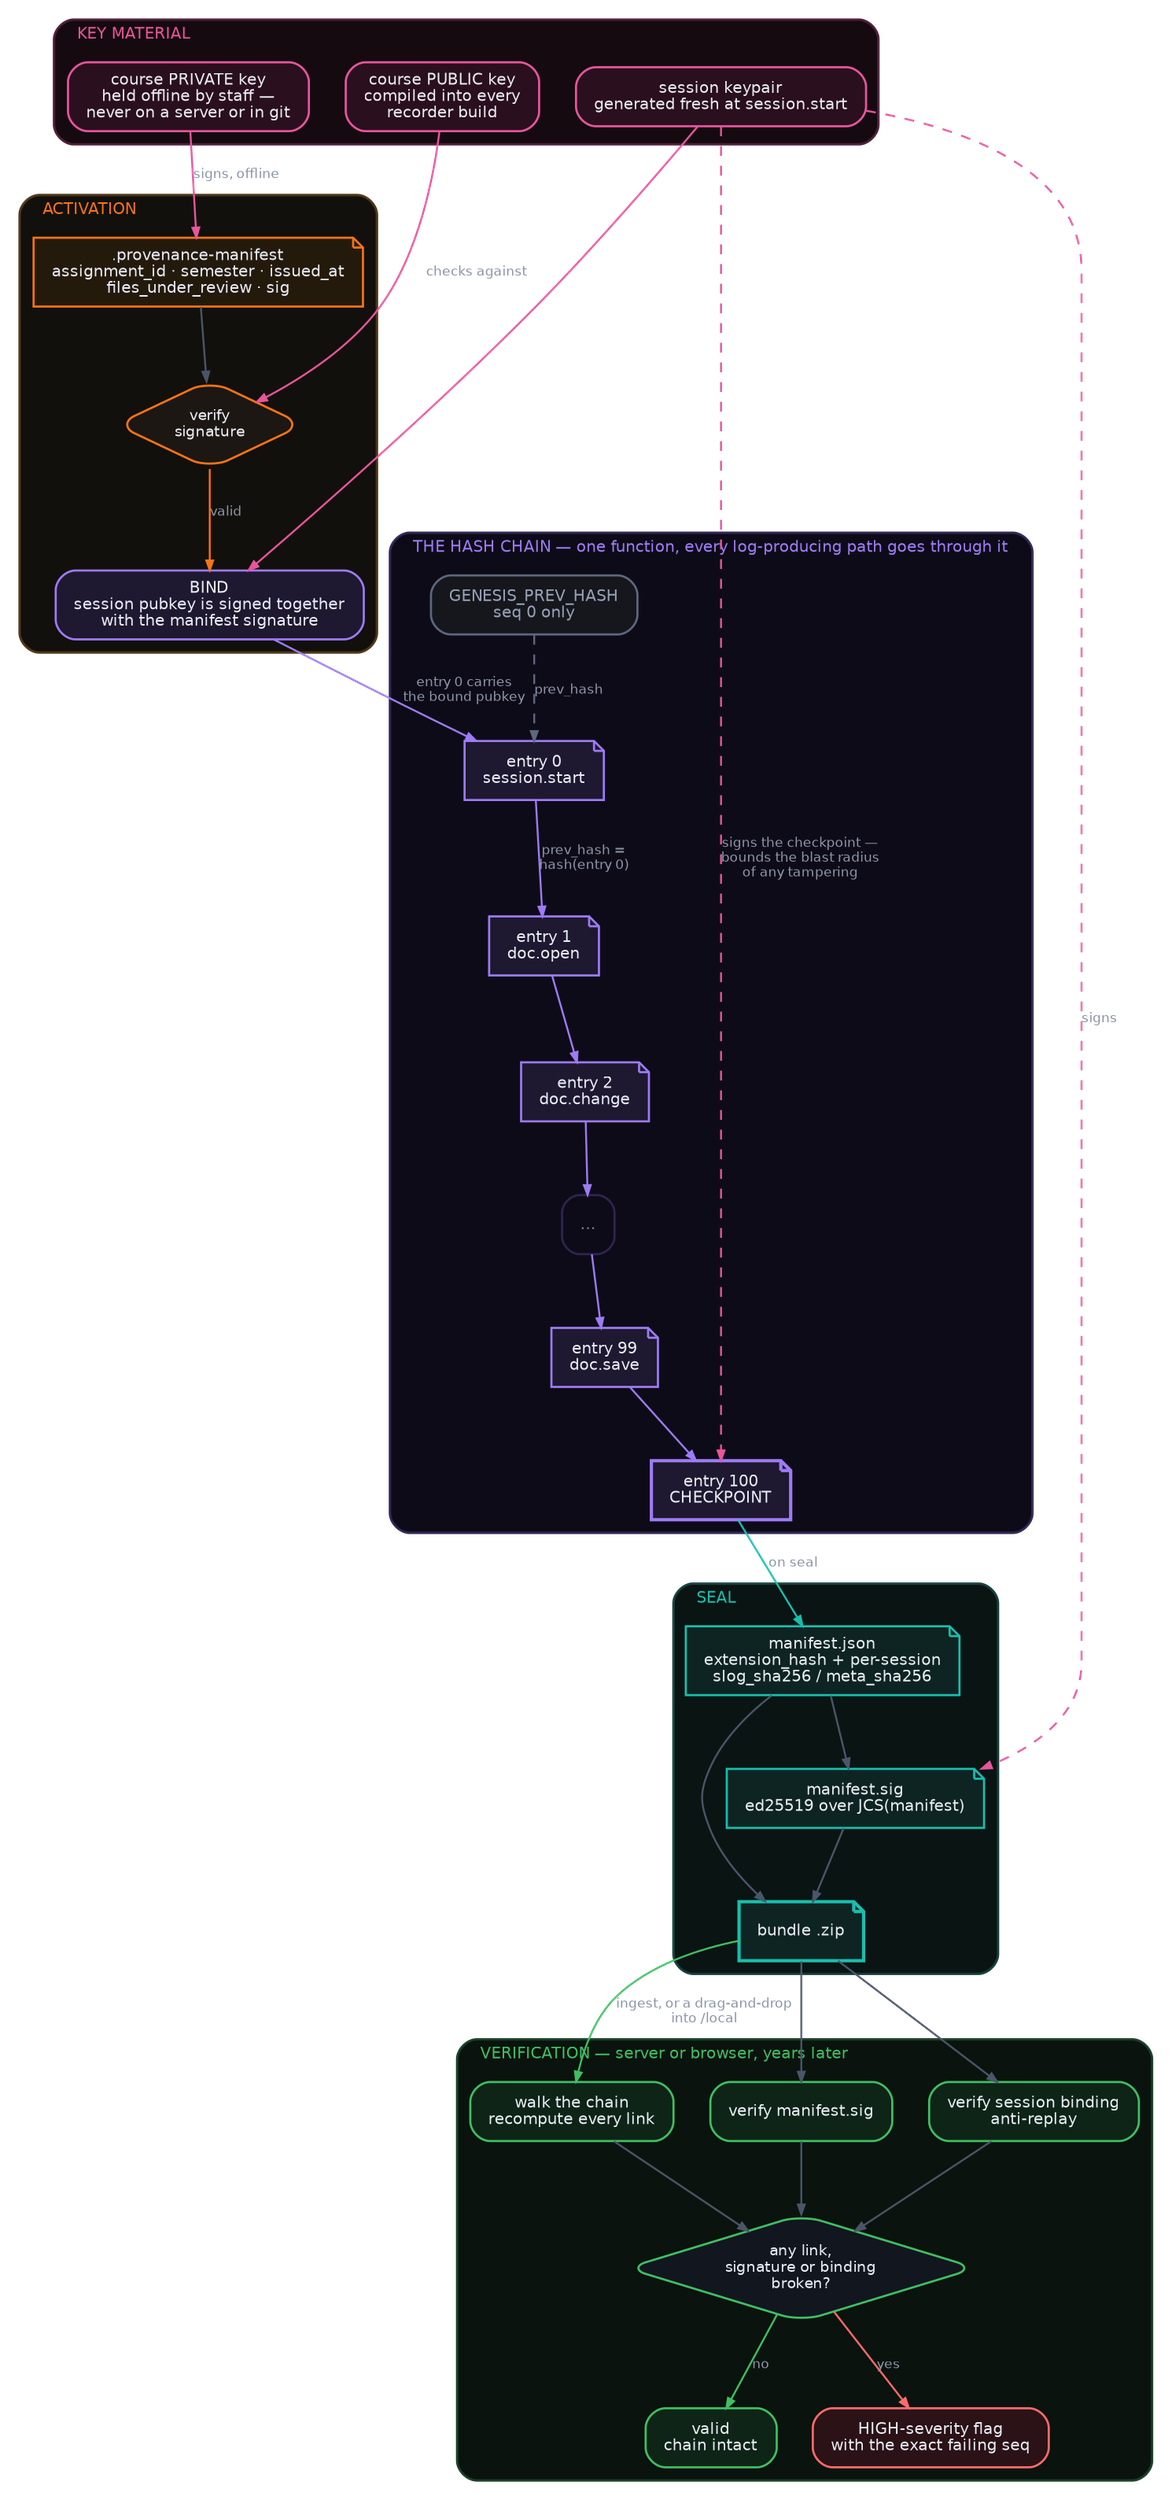
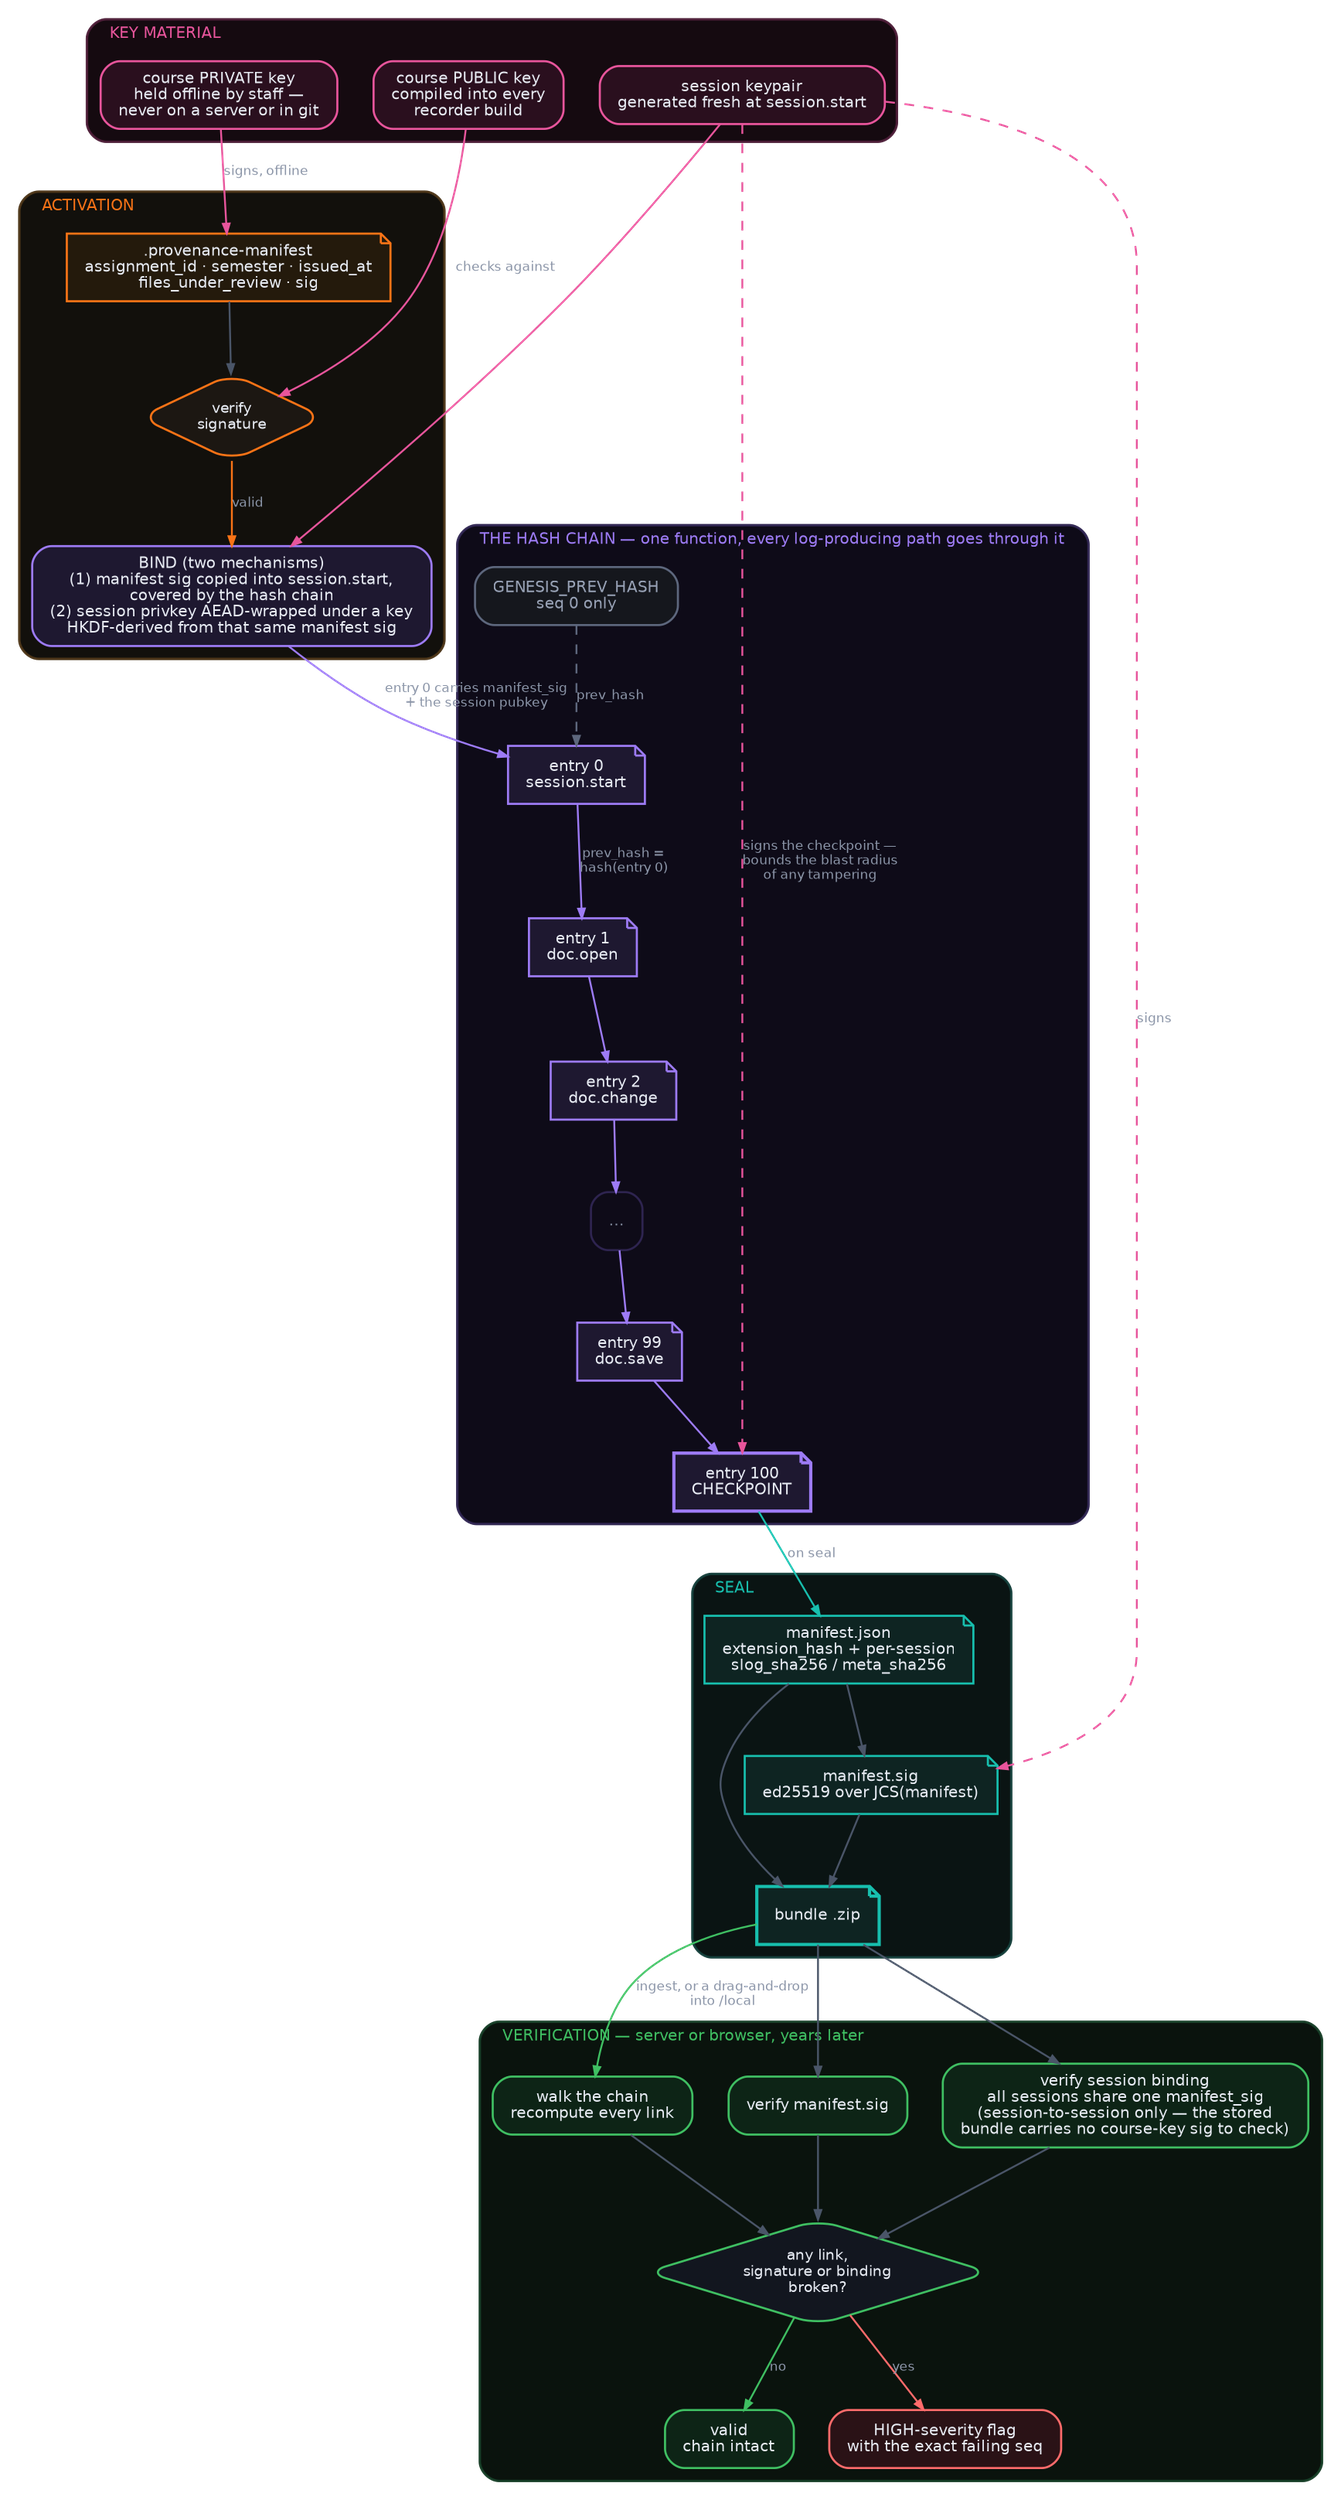
digraph chain {
  bgcolor="transparent" rankdir=TB splines=spline compound=true
  nodesep=0.30 ranksep=0.60 fontname="Helvetica"
  node [shape=box style="filled,rounded" fontname="Helvetica" fontsize=10
        fontcolor="#e8ecf4" fillcolor="#161b26" color="#3a4457" penwidth=1.3
        margin="0.15,0.09"]
  edge [fontname="Helvetica" fontsize=8.2 fontcolor="#8b95a8"
        color="#4a5568" arrowsize=0.6 penwidth=1.15]

  /* ── keys ── */
  subgraph cluster_keys {
    label="  KEY MATERIAL  "
    fontsize=9.5 fontcolor="#e8559c" color="#4a1b35" penwidth=1.5 style=rounded
    bgcolor="#150a10" labeljust="l"
    node [fillcolor="#2a0f1e" color="#e8559c" fontsize=9.5]

    ckpriv [label="course PRIVATE key\nheld offline by staff —\nnever on a server or in git"]
    ckpub  [label="course PUBLIC key\ncompiled into every\nrecorder build"]
    skey   [label="session keypair\ngenerated fresh at session.start"]
  }

  /* ── activation ── */
  subgraph cluster_act {
    label="  ACTIVATION  "
    fontsize=9.5 fontcolor="#F97316" color="#4a3316" penwidth=1.5 style=rounded
    bgcolor="#12100c" labeljust="l"
    node [fillcolor="#241a0c" color="#F97316" fontsize=9.5]

    amf   [label=".provenance-manifest\nassignment_id · semester · issued_at\nfiles_under_review · sig" shape=note]
    averify [label="verify\nsignature" shape=diamond fillcolor="#1c1712" fontsize=9
             height=0.75 width=1.35]
-     bind  [label="BIND\nsession pubkey is signed together\nwith the manifest signature"
+     bind  [label="BIND (two mechanisms)\n(1) manifest sig copied into session.start,\ncovered by the hash chain\n(2) session privkey AEAD-wrapped under a key\nHKDF-derived from that same manifest sig"
           fillcolor="#1e1830" color="#9d7bf5"]
  }

  /* ── the chain ── */
  subgraph cluster_chain {
    label="  THE HASH CHAIN — one function, every log-producing path goes through it  "
    fontsize=9.5 fontcolor="#9d7bf5" color="#2e2450" penwidth=1.5 style=rounded
    bgcolor="#0e0b18" labeljust="l"
    node [fillcolor="#1e1830" color="#9d7bf5" fontsize=9.5]

    gen  [label="GENESIS_PREV_HASH\nseq 0 only" fillcolor="#15171d" color="#5d677d" fontcolor="#98a2b6"]
    e0   [label="entry 0\nsession.start" shape=note]
    e1   [label="entry 1\ndoc.open" shape=note]
    e2   [label="entry 2\ndoc.change" shape=note]
    edots[label="…" fillcolor="#0e0b18" color="#2e2450" fontcolor="#8b95a8" width=0.35]
    e99  [label="entry 99\ndoc.save" shape=note]
    e100 [label="entry 100\nCHECKPOINT" shape=note penwidth=2.0]
  }

  /* ── seal ── */
  subgraph cluster_seal {
    label="  SEAL  "
    fontsize=9.5 fontcolor="#17bfae" color="#123c38" penwidth=1.5 style=rounded
    bgcolor="#0a1413" labeljust="l"
    node [fillcolor="#0e2422" color="#17bfae" fontsize=9.5]

    bman [label="manifest.json\nextension_hash + per-session\nslog_sha256 / meta_sha256" shape=note]
    bsig [label="manifest.sig\ned25519 over JCS(manifest)" shape=note]
    zip  [label="bundle .zip" shape=note penwidth=2.0]
  }

  /* ── verification, later ── */
  subgraph cluster_ver {
    label="  VERIFICATION — server or browser, years later  "
    fontsize=9.5 fontcolor="#3fbf62" color="#153c25" penwidth=1.5 style=rounded
    bgcolor="#0a130d" labeljust="l"
    node [fillcolor="#0d2416" color="#3fbf62" fontsize=9.5]

    vchain [label="walk the chain\nrecompute every link"]
    vsig   [label="verify manifest.sig"]
-     vbind  [label="verify session binding\nanti-replay"]
+     vbind  [label="verify session binding\nall sessions share one manifest_sig\n(session-to-session only — the stored\nbundle carries no course-key sig to check)"]
    verdict[label="any link,\nsignature or binding\nbroken?" shape=diamond fillcolor="#12161f"
            fontsize=9 height=0.9 width=1.7]
    ok     [label="valid\nchain intact" fillcolor="#0d2416" color="#3fbf62"]
    bad    [label="HIGH-severity flag\nwith the exact failing seq"
            fillcolor="#2a1216" color="#ff6b6b"]
  }

  ckpriv -> amf     [label="signs, offline" color="#e8559c"]
  amf    -> averify
  ckpub  -> averify [label="checks against" color="#e8559c"]
  averify-> bind    [label="valid" color="#F97316"]
  skey   -> bind    [color="#e8559c"]

-   bind -> e0   [label="entry 0 carries\nthe bound pubkey" color="#9d7bf5"]
+   bind -> e0   [label="entry 0 carries manifest_sig\n+ the session pubkey" color="#9d7bf5"]
  gen  -> e0   [label="prev_hash" color="#5d677d" style=dashed]
  e0 -> e1 [label="prev_hash =\nhash(entry 0)" color="#9d7bf5"]
  e1 -> e2 [color="#9d7bf5"]
  e2 -> edots [color="#9d7bf5"]
  edots -> e99 [color="#9d7bf5"]
  e99 -> e100 [color="#9d7bf5"]
  skey -> e100 [label="signs the checkpoint —\nbounds the blast radius\nof any tampering" color="#e8559c" style=dashed]

  e100 -> bman [label="on seal" color="#17bfae"]
  bman -> bsig
  skey -> bsig [label="signs" color="#e8559c" style=dashed]
  bman -> zip
  bsig -> zip

  zip -> vchain [label="ingest, or a drag-and-drop\ninto /local" color="#3fbf62"]
  vchain -> verdict
  vsig -> verdict
  vbind -> verdict
  zip -> vsig
  zip -> vbind
  verdict -> ok  [label="no" color="#3fbf62"]
  verdict -> bad [label="yes" color="#ff6b6b"]
}
